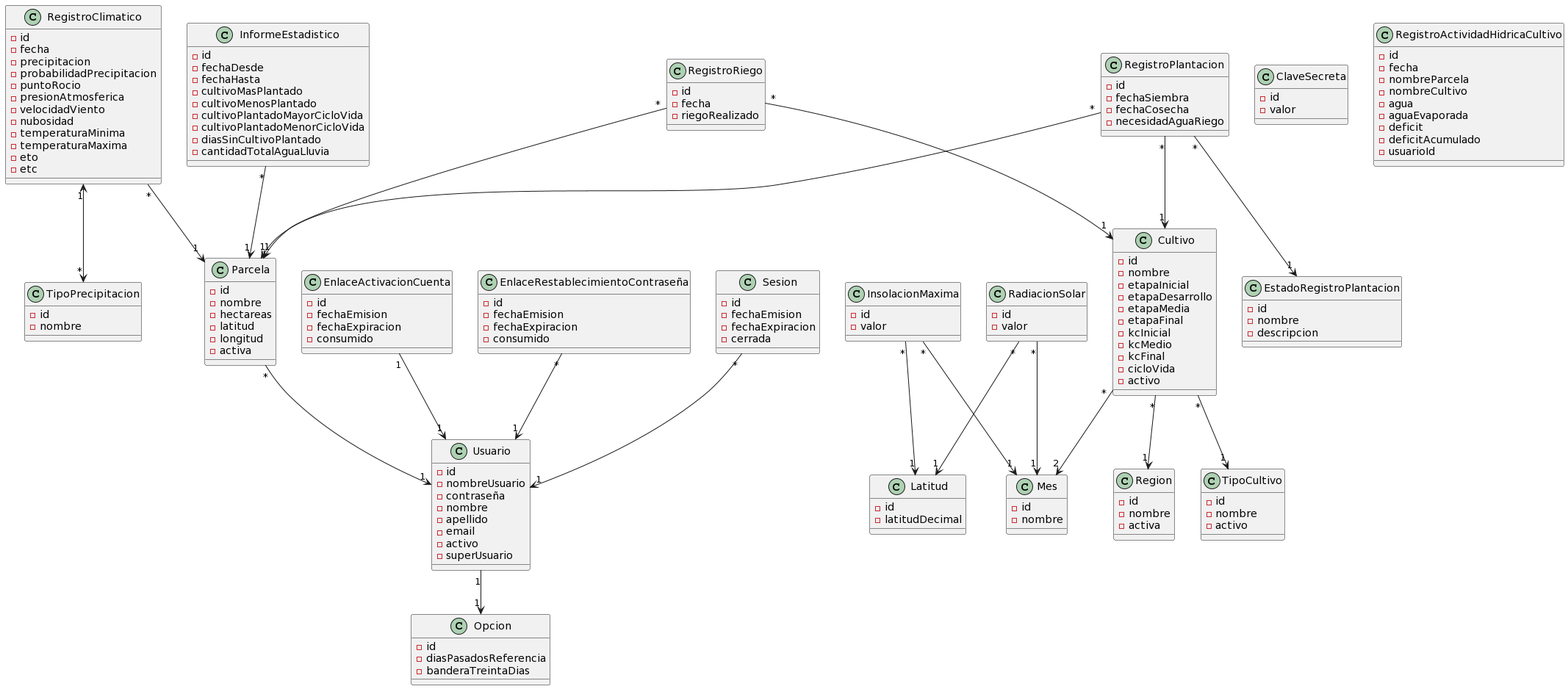
Above: docs/domain model/Modelo de dominio.png in facundopaez-dev/sistema-web-riego (PlantUML), before the change.
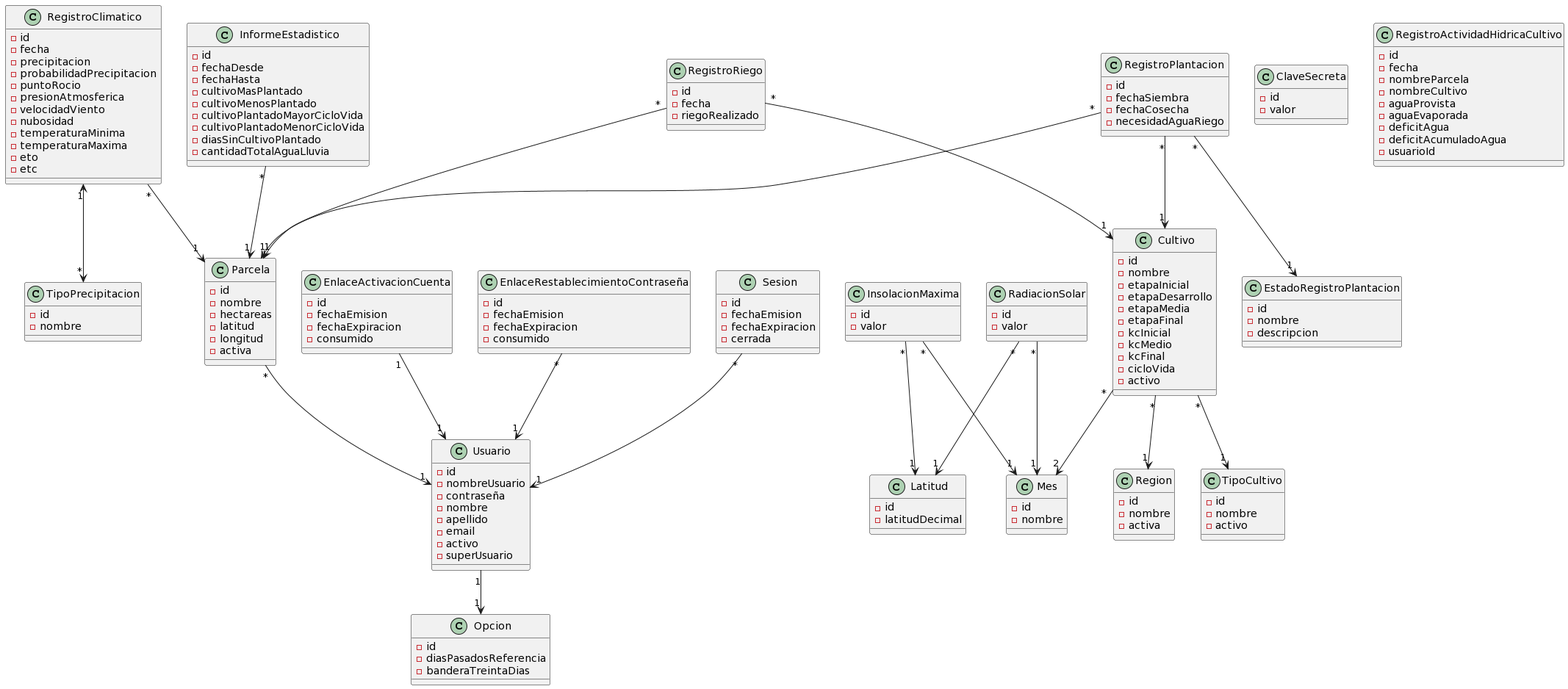
The same diagram one commit later.

Commit message:
Modificación del nombre de los atributos agua, déficit y déficit acumulado del modelo de datos del registro de actividad hídrica de cultivo

Change to the diagram source:
```diff
@@ -174,10 +174,10 @@
 -fecha
 -nombreParcela
 -nombreCultivo
--agua
+-aguaProvista
 -aguaEvaporada
--deficit
--deficitAcumulado
+-deficitAgua
+-deficitAcumuladoAgua
 -usuarioId
 }
 @enduml
```
